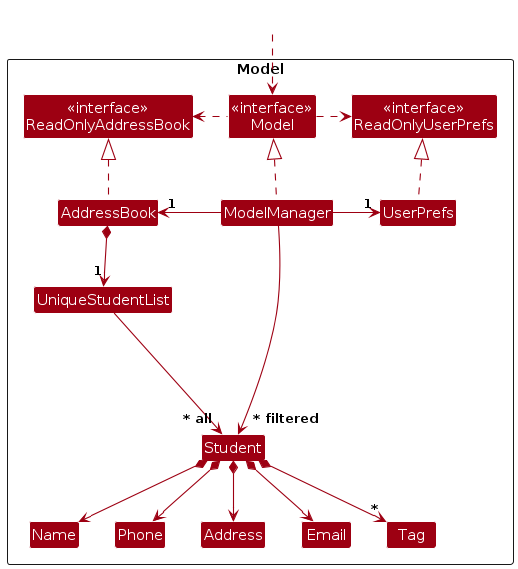
This is diagrams/ModelClassDiagram.png from AY2627S1-CS2103T-F14a-1/tp, a PlantUML export, as it was before one commit. Its source is kept beside it as diagrams/ModelClassDiagram.puml.
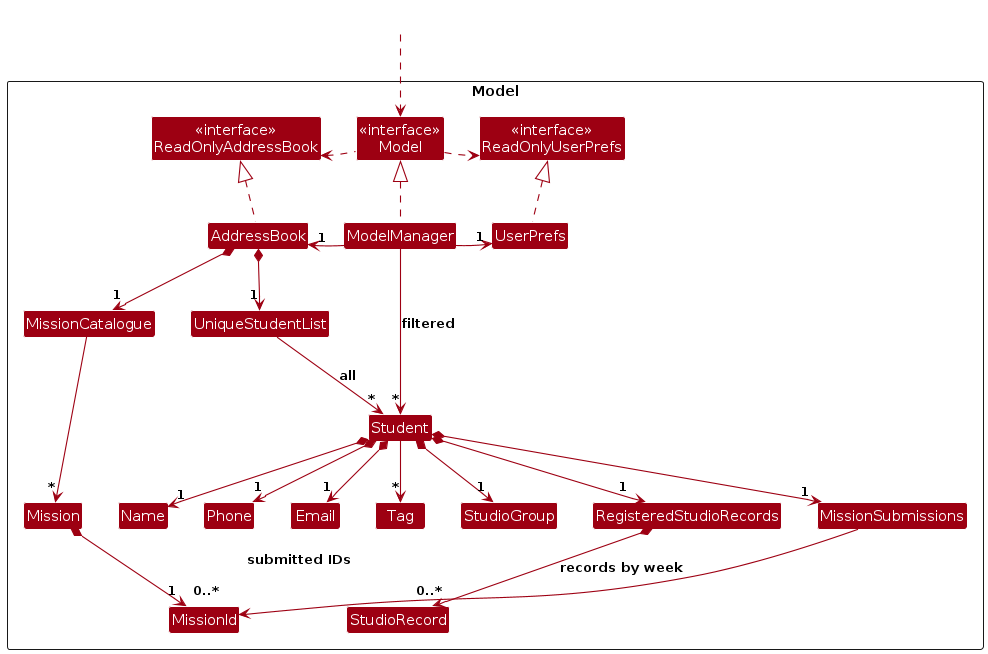
After the commit.

Change to the diagram source:
```diff
@@ -4,30 +4,33 @@
 skinparam arrowColor MODEL_COLOR
 skinparam classBackgroundColor MODEL_COLOR
 
-Package Model as ModelPackage <<Rectangle>>{
+Package Model as ModelPackage <<Rectangle>> {
 Class "<<interface>>\nReadOnlyAddressBook" as ReadOnlyAddressBook
 Class "<<interface>>\nReadOnlyUserPrefs" as ReadOnlyUserPrefs
 Class "<<interface>>\nModel" as Model
 Class AddressBook
 Class ModelManager
 Class UserPrefs
-
 Class UniqueStudentList
 Class Student
-Class Address
-Class Email
 Class Name
 Class Phone
+Class Email
 Class Tag
+Class StudioGroup
+Class RegisteredStudioRecords
+Class StudioRecord
 
-Class I #FFFFFF
+Class MissionSubmissions
+Class MissionCatalogue
+Class Mission
+Class MissionId
 }
 
 Class HiddenOutside #FFFFFF
 HiddenOutside ..> Model
 
 AddressBook .up.|> ReadOnlyAddressBook
-
 ModelManager .up.|> Model
 Model .right.> ReadOnlyUserPrefs
 Model .left.> ReadOnlyAddressBook
@@ -36,19 +39,33 @@
 UserPrefs .up.|> ReadOnlyUserPrefs
 
 AddressBook *--> "1" UniqueStudentList
-UniqueStudentList --> "~* all" Student
-Student *--> Name
-Student *--> Phone
-Student *--> Email
-Student *--> Address
-Student *--> "*" Tag
-
-Student -[hidden]up--> I
-UniqueStudentList -[hidden]right-> I
+AddressBook *--> "1" MissionCatalogue
+UniqueStudentList --> "*" Student : all
+ModelManager --> "*" Student : filtered
+MissionCatalogue --> "*" Mission
+Mission *-down-> "1" MissionId
+Student *--> "1" Name
+Student *--> "1" Phone
+Student *--> "1" Email
+Student --> "*" Tag
+Student *--> "1" StudioGroup
+Student *--> "1" RegisteredStudioRecords
+Student *--> "1" MissionSubmissions
+MissionSubmissions -[norank]-> "        submitted IDs\n\n0..*                             " MissionId
 
 Name -[hidden]right-> Phone
-Phone -[hidden]right-> Address
-Address -[hidden]right-> Email
+Phone -[hidden]right-> Email
+Email -[hidden]right-> Tag
+Tag -[hidden]right-> StudioGroup
+StudioGroup -[hidden]right-> RegisteredStudioRecords
+RegisteredStudioRecords -[hidden]right-> MissionSubmissions
 
-ModelManager --> "~* filtered" Student
+ReadOnlyAddressBook -[hidden]right-> Model
+Model -[hidden]right-> ReadOnlyUserPrefs
+AddressBook -[hidden]right-> ModelManager
+ModelManager -[hidden]right-> UserPrefs
+MissionCatalogue -[hidden]right-> UniqueStudentList
+RegisteredStudioRecords *--> "0..*" StudioRecord : records by week
+Mission -[hidden]right-> Name
+MissionId -[hidden]right-> StudioRecord
 @enduml
```
